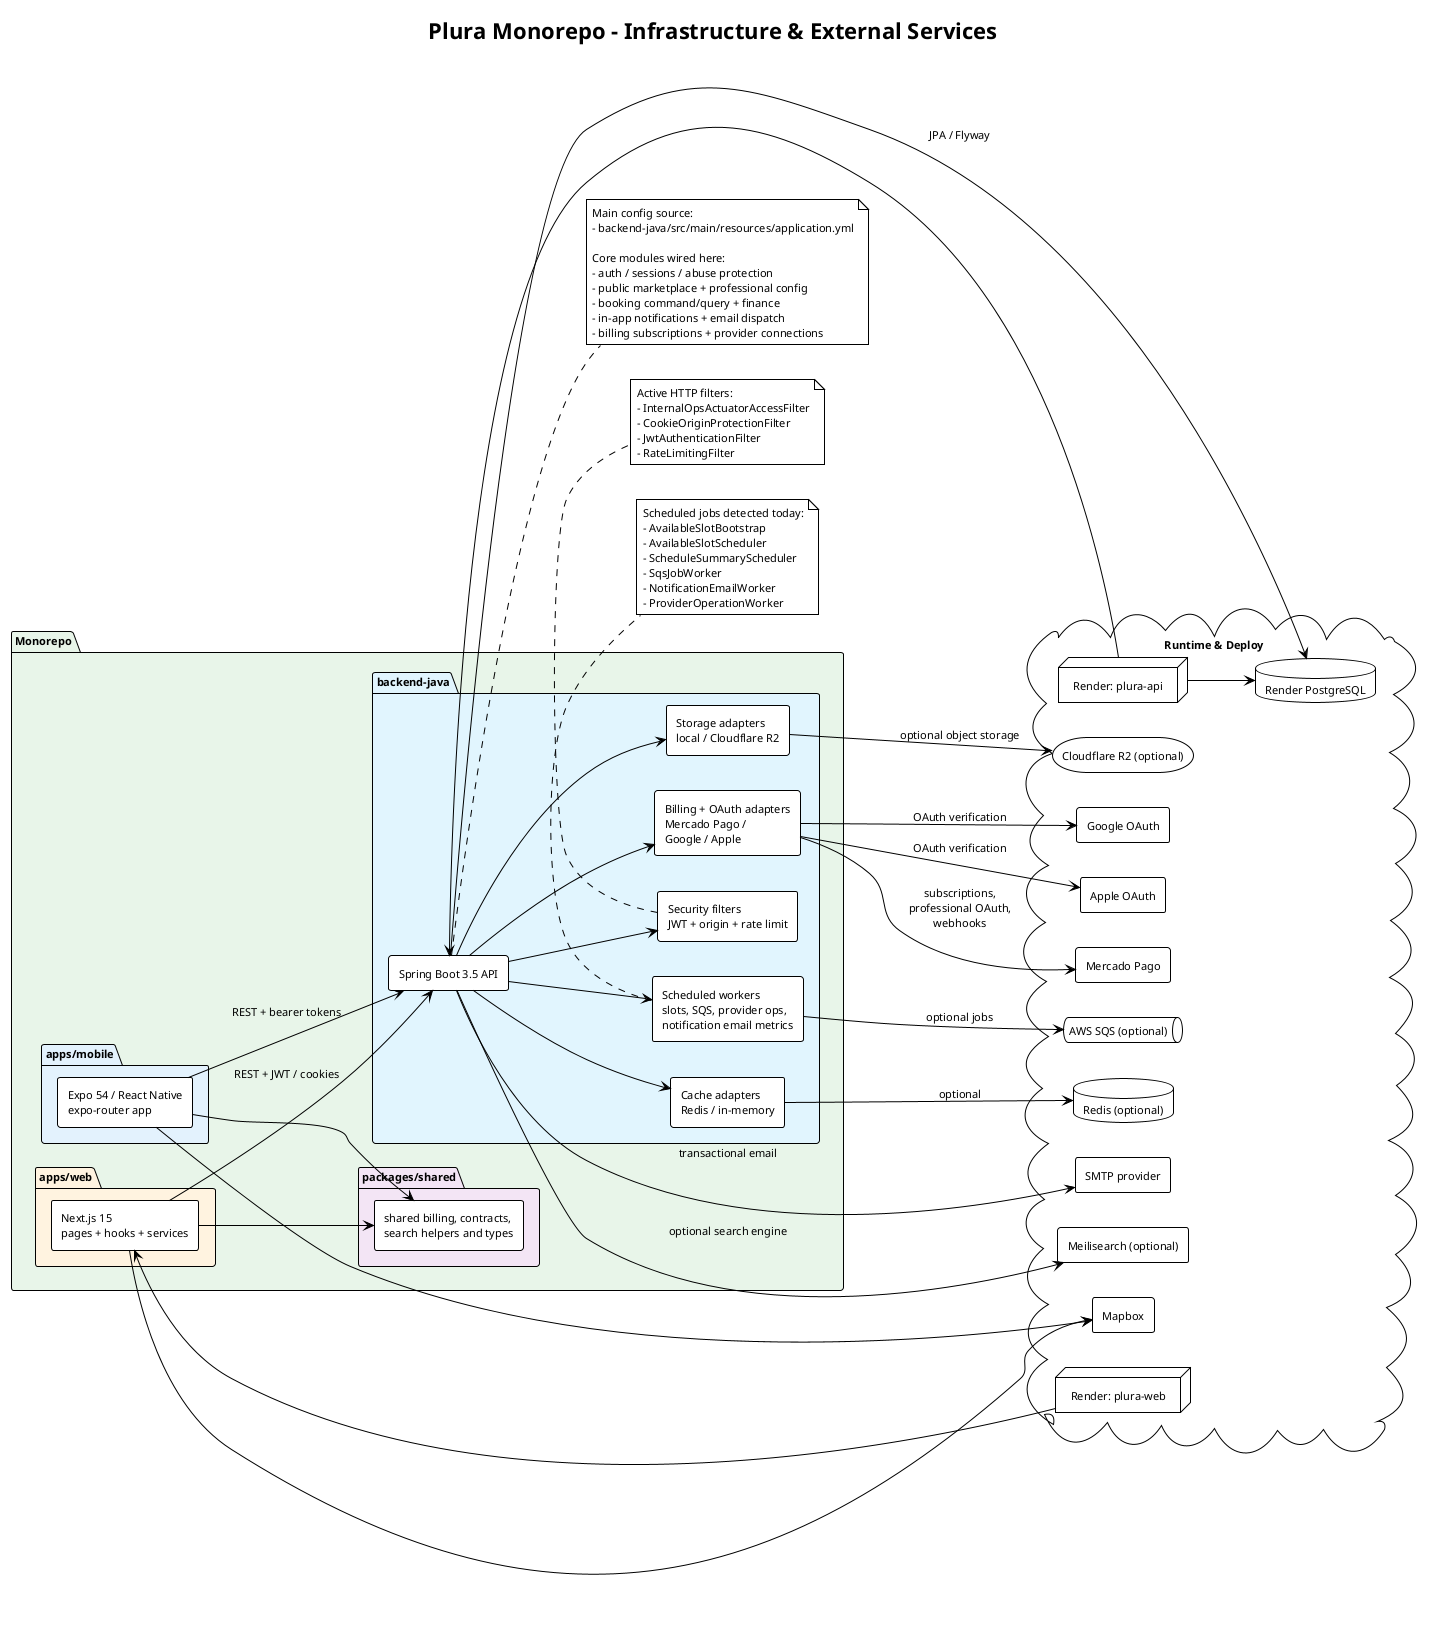
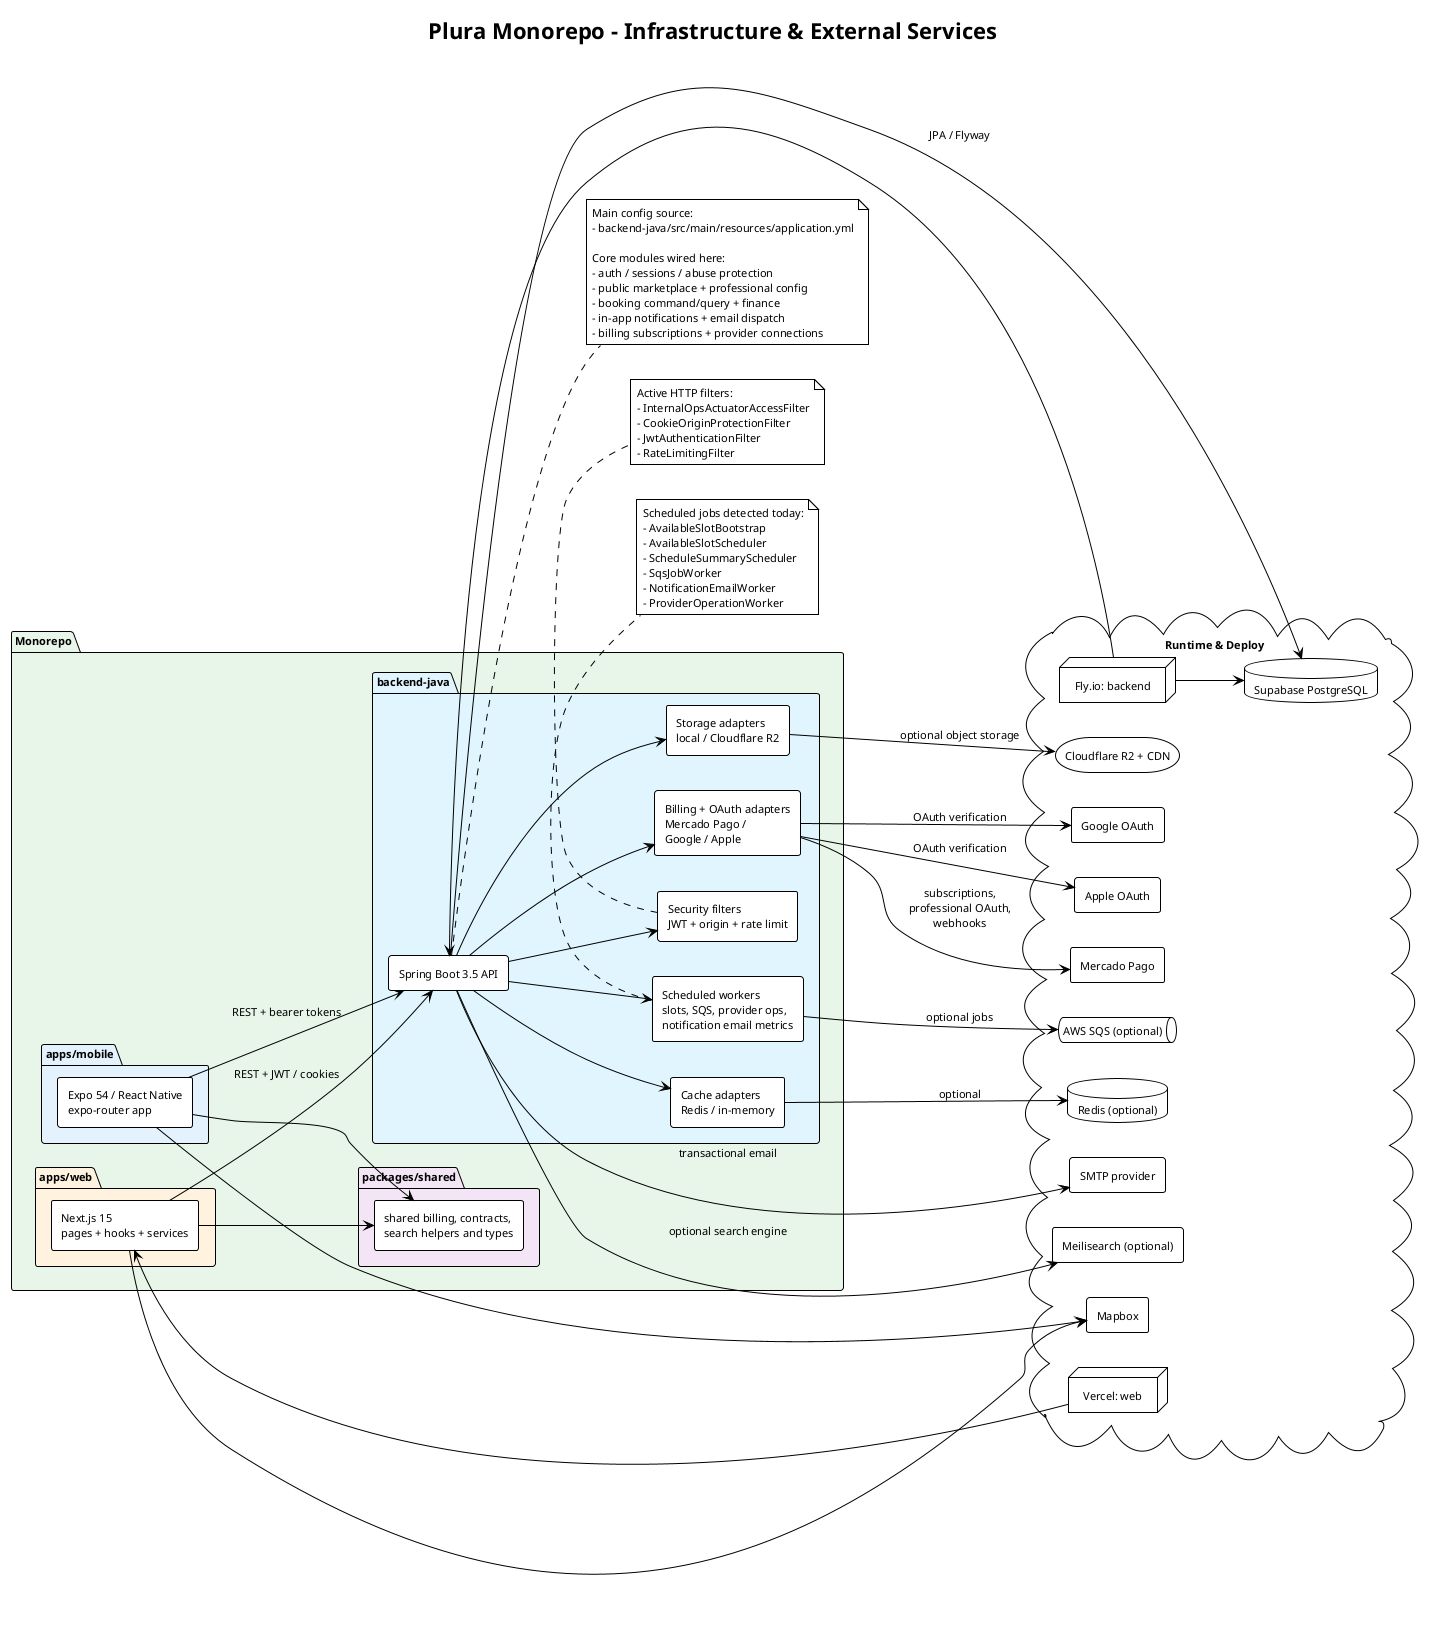
@startuml "Plura - Infrastructure"

!theme plain
left to right direction
skinparam defaultFontSize 11
skinparam componentStyle rectangle

title Plura Monorepo - Infrastructure & External Services

package "Monorepo" as Repo #E8F5E9 {
  package "apps/web" #FFF3E0 {
    component "Next.js 15\npages + hooks + services" as Web
  }

  package "apps/mobile" #E3F2FD {
    component "Expo 54 / React Native\nexpo-router app" as Mobile
  }

  package "packages/shared" #F3E5F5 {
    component "shared billing, contracts,\nsearch helpers and types" as Shared
  }

  package "backend-java" #E1F5FE {
    component "Spring Boot 3.5 API" as Api
    component "Security filters\nJWT + origin + rate limit" as Security
    component "Scheduled workers\nslots, SQS, provider ops,\nnotification email metrics" as Workers
    component "Cache adapters\nRedis / in-memory" as Cache
    component "Storage adapters\nlocal / Cloudflare R2" as Storage
    component "Billing + OAuth adapters\nMercado Pago /\nGoogle / Apple" as Integrations
  }
}

cloud "Runtime & Deploy" {
-   node "Render: plura-web" as RenderWeb
-   node "Render: plura-api" as RenderApi
-   database "Render PostgreSQL" as PG
+   node "Vercel: web" as VercelWeb
+   node "Fly.io: backend" as FlyApi
+   database "Supabase PostgreSQL" as PG
  database "Redis (optional)" as Redis
  component "Meilisearch (optional)" as Meili
  queue "AWS SQS (optional)" as SQS
-   storage "Cloudflare R2 (optional)" as R2
+   storage "Cloudflare R2 + CDN" as R2
  component "Mapbox" as Mapbox
  component "Google OAuth" as Google
  component "Apple OAuth" as Apple
  component "Mercado Pago" as MP
  component "SMTP provider" as SMTP
}

Web --> Shared
Mobile --> Shared

Web --> Api : REST + JWT / cookies
Mobile --> Api : REST + bearer tokens
Web --> Mapbox
Mobile --> Mapbox

Api --> Security
Api --> Cache
Api --> Storage
Api --> Integrations
Api --> Workers

Api --> PG : JPA / Flyway
Cache --> Redis : optional
Api --> Meili : optional search engine
Workers --> SQS : optional jobs
Storage --> R2 : optional object storage

Integrations --> Google : OAuth verification
Integrations --> Apple : OAuth verification
Integrations --> MP : subscriptions,\nprofessional OAuth,\nwebhooks
Api --> SMTP : transactional email

- RenderWeb --> Web
- RenderApi --> Api
- RenderApi --> PG
+ VercelWeb --> Web
+ FlyApi --> Api
+ FlyApi --> PG

note right of Api
  Main config source:
  - backend-java/src/main/resources/application.yml

  Core modules wired here:
  - auth / sessions / abuse protection
  - public marketplace + professional config
  - booking command/query + finance
  - in-app notifications + email dispatch
  - billing subscriptions + provider connections
end note

note bottom of Workers
  Scheduled jobs detected today:
  - AvailableSlotBootstrap
  - AvailableSlotScheduler
  - ScheduleSummaryScheduler
  - SqsJobWorker
  - NotificationEmailWorker
  - ProviderOperationWorker
end note

note bottom of Security
  Active HTTP filters:
  - InternalOpsActuatorAccessFilter
  - CookieOriginProtectionFilter
  - JwtAuthenticationFilter
  - RateLimitingFilter
end note

@enduml
